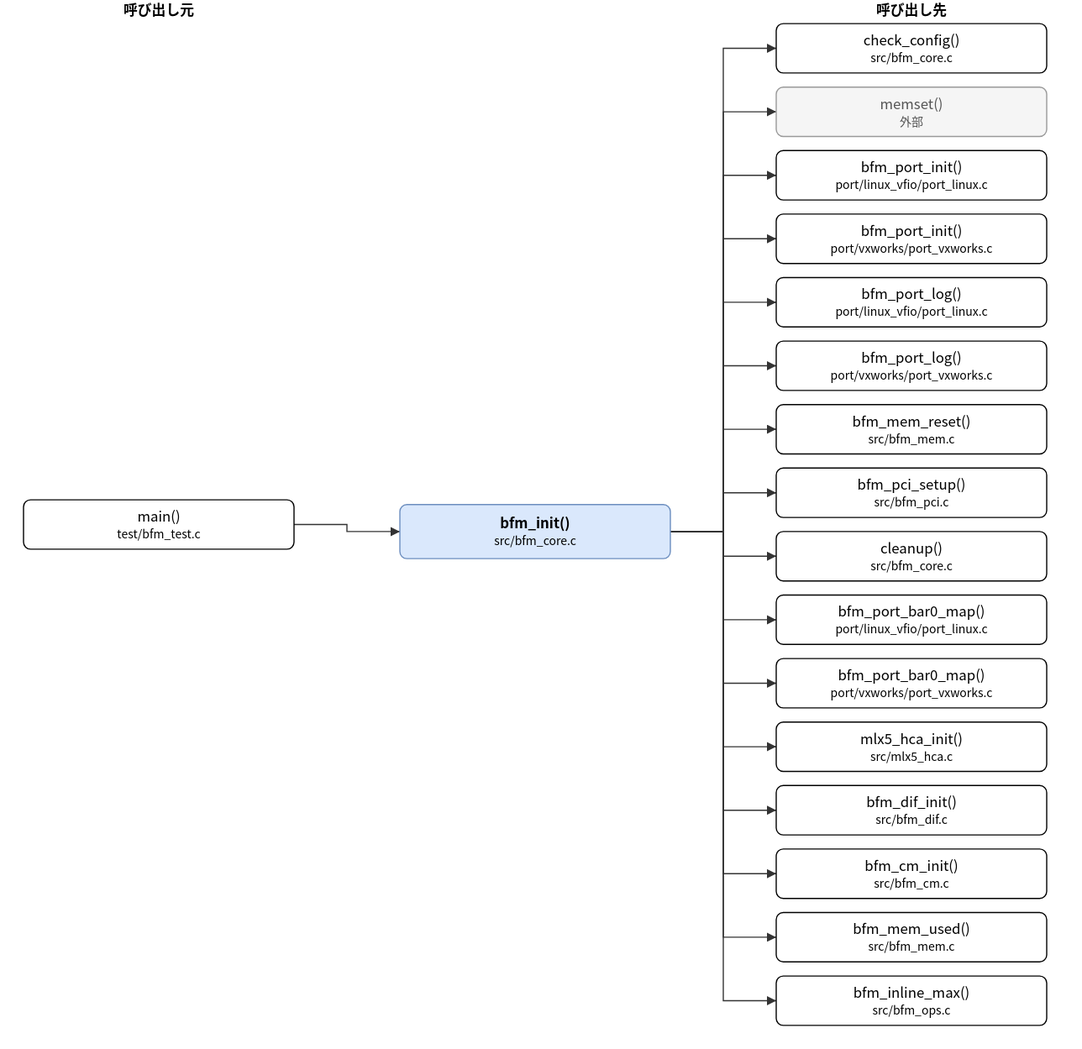
This is doc/spec/images/call_src_bfm_core-bfm_init.drawio.svg from hf355051012-ai/bfmem, a draw.io export, as it was before one commit. Source tidied: cells renumbered, new cells last; positions are measured from the earlier drawing's top-left corner, leaving out a move shared by most shapes.
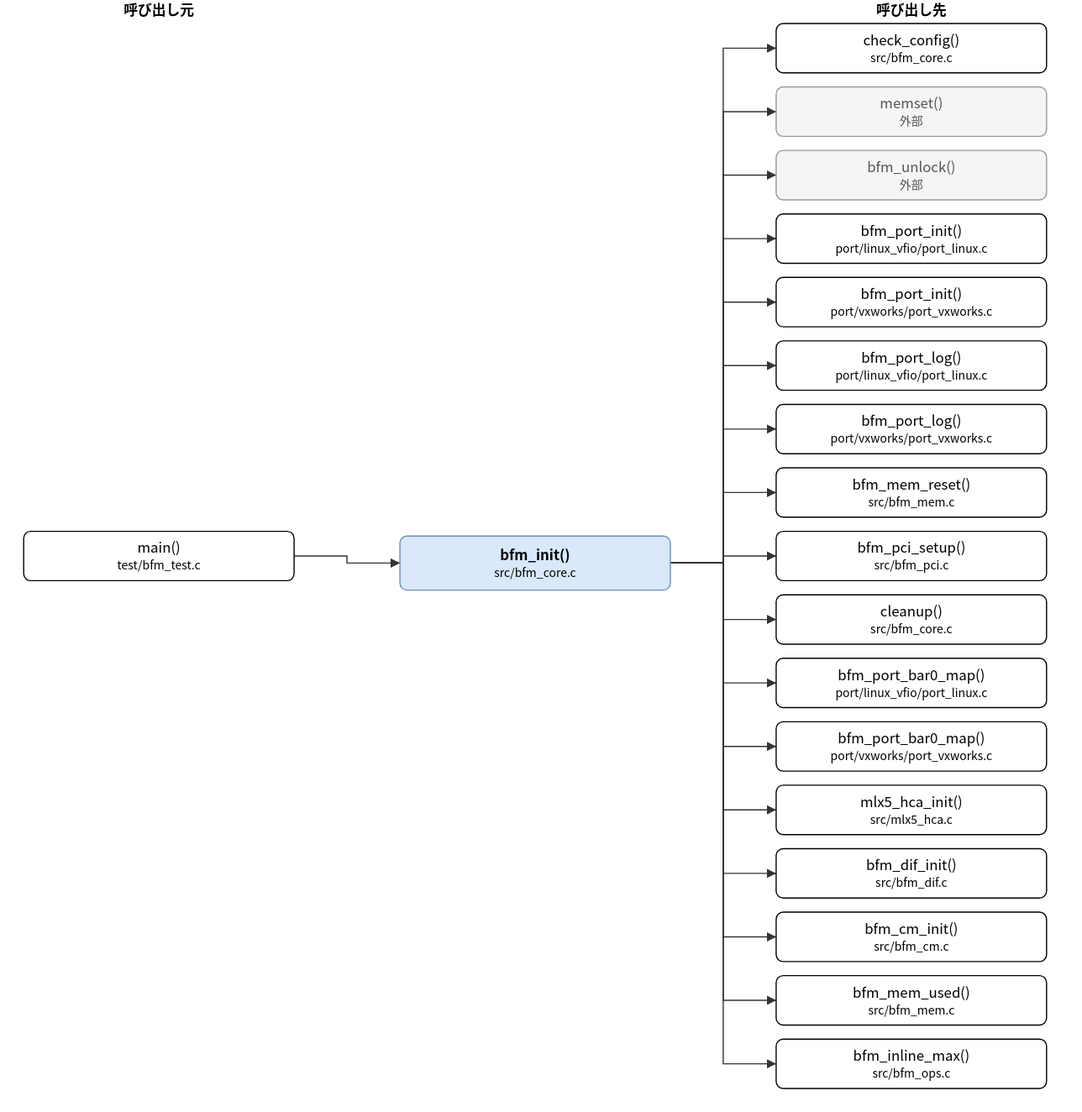
The same file after the commit.

Change to the diagram source:
```diff
@@ -3,10 +3,10 @@
     <mxCell id="0" />
     <mxCell id="1" parent="0" />
     <mxCell id="2" value="bfm_init()&lt;br&gt;&lt;font style=&quot;font-size:10px&quot;&gt;src/bfm_core.c&lt;/font&gt;" style="rounded=1;whiteSpace=wrap;html=1;fillColor=#dae8fc;strokeColor=#6c8ebf;fontStyle=1;" parent="1" vertex="1">
-      <mxGeometry x="320" y="429" width="230" height="46" as="geometry" />
+      <mxGeometry x="320" y="456" width="230" height="46" as="geometry" />
     </mxCell>
     <mxCell id="3" value="main()&lt;br&gt;&lt;font style=&quot;font-size:10px&quot;&gt;test/bfm_test.c&lt;/font&gt;" style="rounded=1;whiteSpace=wrap;html=1;" parent="1" vertex="1">
-      <mxGeometry y="425" width="230" height="42" as="geometry" />
+      <mxGeometry y="452" width="230" height="42" as="geometry" />
     </mxCell>
     <mxCell id="4" value="check_config()&lt;br&gt;&lt;font style=&quot;font-size:10px&quot;&gt;src/bfm_core.c&lt;/font&gt;" style="rounded=1;whiteSpace=wrap;html=1;" parent="1" vertex="1">
       <mxGeometry x="640" y="20" width="230" height="42" as="geometry" />
@@ -14,60 +14,63 @@
     <mxCell id="5" value="memset()&lt;br&gt;&lt;font style=&quot;font-size:10px&quot;&gt;外部&lt;/font&gt;" style="rounded=1;whiteSpace=wrap;html=1;fillColor=#f5f5f5;strokeColor=#999999;fontColor=#555555;" parent="1" vertex="1">
       <mxGeometry x="640" y="74" width="230" height="42" as="geometry" />
     </mxCell>
-    <mxCell id="6" value="bfm_port_init()&lt;br&gt;&lt;font style=&quot;font-size:10px&quot;&gt;port/linux_vfio/port_linux.c&lt;/font&gt;" style="rounded=1;whiteSpace=wrap;html=1;" parent="1" vertex="1">
+    <mxCell id="6" value="bfm_unlock()&lt;br&gt;&lt;font style=&quot;font-size:10px&quot;&gt;外部&lt;/font&gt;" style="rounded=1;whiteSpace=wrap;html=1;fillColor=#f5f5f5;strokeColor=#999999;fontColor=#555555;" parent="1" vertex="1">
       <mxGeometry x="640" y="128" width="230" height="42" as="geometry" />
     </mxCell>
-    <mxCell id="7" value="bfm_port_init()&lt;br&gt;&lt;font style=&quot;font-size:10px&quot;&gt;port/vxworks/port_vxworks.c&lt;/font&gt;" style="rounded=1;whiteSpace=wrap;html=1;" parent="1" vertex="1">
+    <mxCell id="7" value="bfm_port_init()&lt;br&gt;&lt;font style=&quot;font-size:10px&quot;&gt;port/linux_vfio/port_linux.c&lt;/font&gt;" style="rounded=1;whiteSpace=wrap;html=1;" parent="1" vertex="1">
       <mxGeometry x="640" y="182" width="230" height="42" as="geometry" />
     </mxCell>
-    <mxCell id="8" value="bfm_port_log()&lt;br&gt;&lt;font style=&quot;font-size:10px&quot;&gt;port/linux_vfio/port_linux.c&lt;/font&gt;" style="rounded=1;whiteSpace=wrap;html=1;" parent="1" vertex="1">
+    <mxCell id="8" value="bfm_port_init()&lt;br&gt;&lt;font style=&quot;font-size:10px&quot;&gt;port/vxworks/port_vxworks.c&lt;/font&gt;" style="rounded=1;whiteSpace=wrap;html=1;" parent="1" vertex="1">
       <mxGeometry x="640" y="236" width="230" height="42" as="geometry" />
     </mxCell>
-    <mxCell id="9" value="bfm_port_log()&lt;br&gt;&lt;font style=&quot;font-size:10px&quot;&gt;port/vxworks/port_vxworks.c&lt;/font&gt;" style="rounded=1;whiteSpace=wrap;html=1;" parent="1" vertex="1">
+    <mxCell id="9" value="bfm_port_log()&lt;br&gt;&lt;font style=&quot;font-size:10px&quot;&gt;port/linux_vfio/port_linux.c&lt;/font&gt;" style="rounded=1;whiteSpace=wrap;html=1;" parent="1" vertex="1">
       <mxGeometry x="640" y="290" width="230" height="42" as="geometry" />
     </mxCell>
-    <mxCell id="10" value="bfm_mem_reset()&lt;br&gt;&lt;font style=&quot;font-size:10px&quot;&gt;src/bfm_mem.c&lt;/font&gt;" style="rounded=1;whiteSpace=wrap;html=1;" parent="1" vertex="1">
+    <mxCell id="10" value="bfm_port_log()&lt;br&gt;&lt;font style=&quot;font-size:10px&quot;&gt;port/vxworks/port_vxworks.c&lt;/font&gt;" style="rounded=1;whiteSpace=wrap;html=1;" parent="1" vertex="1">
       <mxGeometry x="640" y="344" width="230" height="42" as="geometry" />
     </mxCell>
-    <mxCell id="11" value="bfm_pci_setup()&lt;br&gt;&lt;font style=&quot;font-size:10px&quot;&gt;src/bfm_pci.c&lt;/font&gt;" style="rounded=1;whiteSpace=wrap;html=1;" parent="1" vertex="1">
+    <mxCell id="11" value="bfm_mem_reset()&lt;br&gt;&lt;font style=&quot;font-size:10px&quot;&gt;src/bfm_mem.c&lt;/font&gt;" style="rounded=1;whiteSpace=wrap;html=1;" parent="1" vertex="1">
       <mxGeometry x="640" y="398" width="230" height="42" as="geometry" />
     </mxCell>
-    <mxCell id="12" value="cleanup()&lt;br&gt;&lt;font style=&quot;font-size:10px&quot;&gt;src/bfm_core.c&lt;/font&gt;" style="rounded=1;whiteSpace=wrap;html=1;" parent="1" vertex="1">
+    <mxCell id="12" value="bfm_pci_setup()&lt;br&gt;&lt;font style=&quot;font-size:10px&quot;&gt;src/bfm_pci.c&lt;/font&gt;" style="rounded=1;whiteSpace=wrap;html=1;" parent="1" vertex="1">
       <mxGeometry x="640" y="452" width="230" height="42" as="geometry" />
     </mxCell>
-    <mxCell id="13" value="bfm_port_bar0_map()&lt;br&gt;&lt;font style=&quot;font-size:10px&quot;&gt;port/linux_vfio/port_linux.c&lt;/font&gt;" style="rounded=1;whiteSpace=wrap;html=1;" parent="1" vertex="1">
+    <mxCell id="13" value="cleanup()&lt;br&gt;&lt;font style=&quot;font-size:10px&quot;&gt;src/bfm_core.c&lt;/font&gt;" style="rounded=1;whiteSpace=wrap;html=1;" parent="1" vertex="1">
       <mxGeometry x="640" y="506" width="230" height="42" as="geometry" />
     </mxCell>
-    <mxCell id="14" value="bfm_port_bar0_map()&lt;br&gt;&lt;font style=&quot;font-size:10px&quot;&gt;port/vxworks/port_vxworks.c&lt;/font&gt;" style="rounded=1;whiteSpace=wrap;html=1;" parent="1" vertex="1">
+    <mxCell id="14" value="bfm_port_bar0_map()&lt;br&gt;&lt;font style=&quot;font-size:10px&quot;&gt;port/linux_vfio/port_linux.c&lt;/font&gt;" style="rounded=1;whiteSpace=wrap;html=1;" parent="1" vertex="1">
       <mxGeometry x="640" y="560" width="230" height="42" as="geometry" />
     </mxCell>
-    <mxCell id="15" value="mlx5_hca_init()&lt;br&gt;&lt;font style=&quot;font-size:10px&quot;&gt;src/mlx5_hca.c&lt;/font&gt;" style="rounded=1;whiteSpace=wrap;html=1;" parent="1" vertex="1">
+    <mxCell id="15" value="bfm_port_bar0_map()&lt;br&gt;&lt;font style=&quot;font-size:10px&quot;&gt;port/vxworks/port_vxworks.c&lt;/font&gt;" style="rounded=1;whiteSpace=wrap;html=1;" parent="1" vertex="1">
       <mxGeometry x="640" y="614" width="230" height="42" as="geometry" />
     </mxCell>
-    <mxCell id="16" value="bfm_dif_init()&lt;br&gt;&lt;font style=&quot;font-size:10px&quot;&gt;src/bfm_dif.c&lt;/font&gt;" style="rounded=1;whiteSpace=wrap;html=1;" parent="1" vertex="1">
+    <mxCell id="16" value="mlx5_hca_init()&lt;br&gt;&lt;font style=&quot;font-size:10px&quot;&gt;src/mlx5_hca.c&lt;/font&gt;" style="rounded=1;whiteSpace=wrap;html=1;" parent="1" vertex="1">
       <mxGeometry x="640" y="668" width="230" height="42" as="geometry" />
     </mxCell>
-    <mxCell id="17" value="bfm_cm_init()&lt;br&gt;&lt;font style=&quot;font-size:10px&quot;&gt;src/bfm_cm.c&lt;/font&gt;" style="rounded=1;whiteSpace=wrap;html=1;" parent="1" vertex="1">
+    <mxCell id="17" value="bfm_dif_init()&lt;br&gt;&lt;font style=&quot;font-size:10px&quot;&gt;src/bfm_dif.c&lt;/font&gt;" style="rounded=1;whiteSpace=wrap;html=1;" parent="1" vertex="1">
       <mxGeometry x="640" y="722" width="230" height="42" as="geometry" />
     </mxCell>
-    <mxCell id="18" value="bfm_mem_used()&lt;br&gt;&lt;font style=&quot;font-size:10px&quot;&gt;src/bfm_mem.c&lt;/font&gt;" style="rounded=1;whiteSpace=wrap;html=1;" parent="1" vertex="1">
+    <mxCell id="18" value="bfm_cm_init()&lt;br&gt;&lt;font style=&quot;font-size:10px&quot;&gt;src/bfm_cm.c&lt;/font&gt;" style="rounded=1;whiteSpace=wrap;html=1;" parent="1" vertex="1">
       <mxGeometry x="640" y="776" width="230" height="42" as="geometry" />
     </mxCell>
-    <mxCell id="19" value="bfm_inline_max()&lt;br&gt;&lt;font style=&quot;font-size:10px&quot;&gt;src/bfm_ops.c&lt;/font&gt;" style="rounded=1;whiteSpace=wrap;html=1;" parent="1" vertex="1">
+    <mxCell id="19" value="bfm_mem_used()&lt;br&gt;&lt;font style=&quot;font-size:10px&quot;&gt;src/bfm_mem.c&lt;/font&gt;" style="rounded=1;whiteSpace=wrap;html=1;" parent="1" vertex="1">
       <mxGeometry x="640" y="830" width="230" height="42" as="geometry" />
     </mxCell>
+    <mxCell id="39" value="bfm_inline_max()&lt;br&gt;&lt;font style=&quot;font-size:10px&quot;&gt;src/bfm_ops.c&lt;/font&gt;" style="rounded=1;whiteSpace=wrap;html=1;" parent="1" vertex="1">
+      <mxGeometry x="640" y="884" width="230" height="42" as="geometry" />
+    </mxCell>
     <mxCell id="20" style="edgeStyle=none;html=1;rounded=0;endArrow=block;endFill=1;exitX=1.0000;exitY=0.5000;exitDx=0;exitDy=0;exitPerimeter=0;entryX=0.0000;entryY=0.5000;entryDx=0;entryDy=0;entryPerimeter=0;" parent="1" edge="1" source="3" target="2">
       <mxGeometry relative="1" as="geometry">
         <Array as="points">
-          <mxPoint x="275" y="446" />
-          <mxPoint x="275" y="452" />
+          <mxPoint x="275" y="473" />
+          <mxPoint x="275" y="479" />
         </Array>
       </mxGeometry>
     </mxCell>
     <mxCell id="21" style="edgeStyle=none;html=1;rounded=0;endArrow=block;endFill=1;exitX=1.0000;exitY=0.5000;exitDx=0;exitDy=0;exitPerimeter=0;entryX=0.0000;entryY=0.5000;entryDx=0;entryDy=0;entryPerimeter=0;" parent="1" edge="1" source="2" target="4">
       <mxGeometry relative="1" as="geometry">
         <Array as="points">
-          <mxPoint x="595" y="452" />
+          <mxPoint x="595" y="479" />
           <mxPoint x="595" y="41" />
         </Array>
       </mxGeometry>
@@ -75,7 +78,7 @@
     <mxCell id="22" style="edgeStyle=none;html=1;rounded=0;endArrow=block;endFill=1;exitX=1.0000;exitY=0.5000;exitDx=0;exitDy=0;exitPerimeter=0;entryX=0.0000;entryY=0.5000;entryDx=0;entryDy=0;entryPerimeter=0;" parent="1" edge="1" source="2" target="5">
       <mxGeometry relative="1" as="geometry">
         <Array as="points">
-          <mxPoint x="595" y="452" />
+          <mxPoint x="595" y="479" />
           <mxPoint x="595" y="95" />
         </Array>
       </mxGeometry>
@@ -83,7 +86,7 @@
     <mxCell id="23" style="edgeStyle=none;html=1;rounded=0;endArrow=block;endFill=1;exitX=1.0000;exitY=0.5000;exitDx=0;exitDy=0;exitPerimeter=0;entryX=0.0000;entryY=0.5000;entryDx=0;entryDy=0;entryPerimeter=0;" parent="1" edge="1" source="2" target="6">
       <mxGeometry relative="1" as="geometry">
         <Array as="points">
-          <mxPoint x="595" y="452" />
+          <mxPoint x="595" y="479" />
           <mxPoint x="595" y="149" />
         </Array>
       </mxGeometry>
@@ -91,7 +94,7 @@
     <mxCell id="24" style="edgeStyle=none;html=1;rounded=0;endArrow=block;endFill=1;exitX=1.0000;exitY=0.5000;exitDx=0;exitDy=0;exitPerimeter=0;entryX=0.0000;entryY=0.5000;entryDx=0;entryDy=0;entryPerimeter=0;" parent="1" edge="1" source="2" target="7">
       <mxGeometry relative="1" as="geometry">
         <Array as="points">
-          <mxPoint x="595" y="452" />
+          <mxPoint x="595" y="479" />
           <mxPoint x="595" y="203" />
         </Array>
       </mxGeometry>
@@ -99,7 +102,7 @@
     <mxCell id="25" style="edgeStyle=none;html=1;rounded=0;endArrow=block;endFill=1;exitX=1.0000;exitY=0.5000;exitDx=0;exitDy=0;exitPerimeter=0;entryX=0.0000;entryY=0.5000;entryDx=0;entryDy=0;entryPerimeter=0;" parent="1" edge="1" source="2" target="8">
       <mxGeometry relative="1" as="geometry">
         <Array as="points">
-          <mxPoint x="595" y="452" />
+          <mxPoint x="595" y="479" />
           <mxPoint x="595" y="257" />
         </Array>
       </mxGeometry>
@@ -107,7 +110,7 @@
     <mxCell id="26" style="edgeStyle=none;html=1;rounded=0;endArrow=block;endFill=1;exitX=1.0000;exitY=0.5000;exitDx=0;exitDy=0;exitPerimeter=0;entryX=0.0000;entryY=0.5000;entryDx=0;entryDy=0;entryPerimeter=0;" parent="1" edge="1" source="2" target="9">
       <mxGeometry relative="1" as="geometry">
         <Array as="points">
-          <mxPoint x="595" y="452" />
+          <mxPoint x="595" y="479" />
           <mxPoint x="595" y="311" />
         </Array>
       </mxGeometry>
@@ -115,7 +118,7 @@
     <mxCell id="27" style="edgeStyle=none;html=1;rounded=0;endArrow=block;endFill=1;exitX=1.0000;exitY=0.5000;exitDx=0;exitDy=0;exitPerimeter=0;entryX=0.0000;entryY=0.5000;entryDx=0;entryDy=0;entryPerimeter=0;" parent="1" edge="1" source="2" target="10">
       <mxGeometry relative="1" as="geometry">
         <Array as="points">
-          <mxPoint x="595" y="452" />
+          <mxPoint x="595" y="479" />
           <mxPoint x="595" y="365" />
         </Array>
       </mxGeometry>
@@ -123,7 +126,7 @@
     <mxCell id="28" style="edgeStyle=none;html=1;rounded=0;endArrow=block;endFill=1;exitX=1.0000;exitY=0.5000;exitDx=0;exitDy=0;exitPerimeter=0;entryX=0.0000;entryY=0.5000;entryDx=0;entryDy=0;entryPerimeter=0;" parent="1" edge="1" source="2" target="11">
       <mxGeometry relative="1" as="geometry">
         <Array as="points">
-          <mxPoint x="595" y="452" />
+          <mxPoint x="595" y="479" />
           <mxPoint x="595" y="419" />
         </Array>
       </mxGeometry>
@@ -131,7 +134,7 @@
     <mxCell id="29" style="edgeStyle=none;html=1;rounded=0;endArrow=block;endFill=1;exitX=1.0000;exitY=0.5000;exitDx=0;exitDy=0;exitPerimeter=0;entryX=0.0000;entryY=0.5000;entryDx=0;entryDy=0;entryPerimeter=0;" parent="1" edge="1" source="2" target="12">
       <mxGeometry relative="1" as="geometry">
         <Array as="points">
-          <mxPoint x="595" y="452" />
+          <mxPoint x="595" y="479" />
           <mxPoint x="595" y="473" />
         </Array>
       </mxGeometry>
@@ -139,7 +142,7 @@
     <mxCell id="30" style="edgeStyle=none;html=1;rounded=0;endArrow=block;endFill=1;exitX=1.0000;exitY=0.5000;exitDx=0;exitDy=0;exitPerimeter=0;entryX=0.0000;entryY=0.5000;entryDx=0;entryDy=0;entryPerimeter=0;" parent="1" edge="1" source="2" target="13">
       <mxGeometry relative="1" as="geometry">
         <Array as="points">
-          <mxPoint x="595" y="452" />
+          <mxPoint x="595" y="479" />
           <mxPoint x="595" y="527" />
         </Array>
       </mxGeometry>
@@ -147,7 +150,7 @@
     <mxCell id="31" style="edgeStyle=none;html=1;rounded=0;endArrow=block;endFill=1;exitX=1.0000;exitY=0.5000;exitDx=0;exitDy=0;exitPerimeter=0;entryX=0.0000;entryY=0.5000;entryDx=0;entryDy=0;entryPerimeter=0;" parent="1" edge="1" source="2" target="14">
       <mxGeometry relative="1" as="geometry">
         <Array as="points">
-          <mxPoint x="595" y="452" />
+          <mxPoint x="595" y="479" />
           <mxPoint x="595" y="581" />
         </Array>
       </mxGeometry>
@@ -155,7 +158,7 @@
     <mxCell id="32" style="edgeStyle=none;html=1;rounded=0;endArrow=block;endFill=1;exitX=1.0000;exitY=0.5000;exitDx=0;exitDy=0;exitPerimeter=0;entryX=0.0000;entryY=0.5000;entryDx=0;entryDy=0;entryPerimeter=0;" parent="1" edge="1" source="2" target="15">
       <mxGeometry relative="1" as="geometry">
         <Array as="points">
-          <mxPoint x="595" y="452" />
+          <mxPoint x="595" y="479" />
           <mxPoint x="595" y="635" />
         </Array>
       </mxGeometry>
@@ -163,7 +166,7 @@
     <mxCell id="33" style="edgeStyle=none;html=1;rounded=0;endArrow=block;endFill=1;exitX=1.0000;exitY=0.5000;exitDx=0;exitDy=0;exitPerimeter=0;entryX=0.0000;entryY=0.5000;entryDx=0;entryDy=0;entryPerimeter=0;" parent="1" edge="1" source="2" target="16">
       <mxGeometry relative="1" as="geometry">
         <Array as="points">
-          <mxPoint x="595" y="452" />
+          <mxPoint x="595" y="479" />
           <mxPoint x="595" y="689" />
         </Array>
       </mxGeometry>
@@ -171,7 +174,7 @@
     <mxCell id="34" style="edgeStyle=none;html=1;rounded=0;endArrow=block;endFill=1;exitX=1.0000;exitY=0.5000;exitDx=0;exitDy=0;exitPerimeter=0;entryX=0.0000;entryY=0.5000;entryDx=0;entryDy=0;entryPerimeter=0;" parent="1" edge="1" source="2" target="17">
       <mxGeometry relative="1" as="geometry">
         <Array as="points">
-          <mxPoint x="595" y="452" />
+          <mxPoint x="595" y="479" />
           <mxPoint x="595" y="743" />
         </Array>
       </mxGeometry>
@@ -179,7 +182,7 @@
     <mxCell id="35" style="edgeStyle=none;html=1;rounded=0;endArrow=block;endFill=1;exitX=1.0000;exitY=0.5000;exitDx=0;exitDy=0;exitPerimeter=0;entryX=0.0000;entryY=0.5000;entryDx=0;entryDy=0;entryPerimeter=0;" parent="1" edge="1" source="2" target="18">
       <mxGeometry relative="1" as="geometry">
         <Array as="points">
-          <mxPoint x="595" y="452" />
+          <mxPoint x="595" y="479" />
           <mxPoint x="595" y="797" />
         </Array>
       </mxGeometry>
@@ -187,11 +190,19 @@
     <mxCell id="36" style="edgeStyle=none;html=1;rounded=0;endArrow=block;endFill=1;exitX=1.0000;exitY=0.5000;exitDx=0;exitDy=0;exitPerimeter=0;entryX=0.0000;entryY=0.5000;entryDx=0;entryDy=0;entryPerimeter=0;" parent="1" edge="1" source="2" target="19">
       <mxGeometry relative="1" as="geometry">
         <Array as="points">
-          <mxPoint x="595" y="452" />
+          <mxPoint x="595" y="479" />
           <mxPoint x="595" y="851" />
         </Array>
       </mxGeometry>
     </mxCell>
+    <mxCell id="40" style="edgeStyle=none;html=1;rounded=0;endArrow=block;endFill=1;exitX=1.0000;exitY=0.5000;exitDx=0;exitDy=0;exitPerimeter=0;entryX=0.0000;entryY=0.5000;entryDx=0;entryDy=0;entryPerimeter=0;" parent="1" edge="1" source="2" target="39">
+      <mxGeometry relative="1" as="geometry">
+        <Array as="points">
+          <mxPoint x="595" y="479" />
+          <mxPoint x="595" y="905" />
+        </Array>
+      </mxGeometry>
+    </mxCell>
     <mxCell id="37" value="呼び出し元" style="text;html=1;align=center;fontStyle=1;" parent="1" vertex="1">
       <mxGeometry x="35" width="160" height="18" as="geometry" />
     </mxCell>
```
